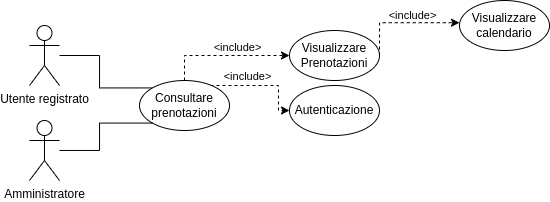
This is D2/media/rf3.png from T45-IS-UNITN/Documentazione, a draw.io export, as it was before one commit. Source tidied: cells renumbered, new cells last; positions are measured from the earlier drawing's top-left corner, leaving out a move shared by most shapes. The source it was exported from:
```xml
<mxGraphModel>
  <root>
    <mxCell id="0" />
    <mxCell id="1" value="rf3" parent="0" />
    <mxCell id="2" style="edgeStyle=orthogonalEdgeStyle;rounded=0;jumpStyle=none;jettySize=auto;html=1;entryX=0;entryY=0;entryDx=0;entryDy=0;fontSize=11;startArrow=none;startFill=0;endArrow=none;endFill=0;" parent="1" edge="1" source="3" target="6">
      <mxGeometry relative="1" as="geometry" />
    </mxCell>
    <mxCell id="3" value="Utente registrato" style="shape=umlActor;verticalLabelPosition=bottom;verticalAlign=top;html=1;outlineConnect=0;" parent="1" vertex="1">
      <mxGeometry y="25" width="30" height="60" as="geometry" />
    </mxCell>
    <mxCell id="4" style="edgeStyle=orthogonalEdgeStyle;rounded=0;jumpStyle=none;jettySize=auto;html=1;dashed=1;endArrow=classic;endFill=1;" parent="1" edge="1" source="6" target="7">
      <mxGeometry relative="1" as="geometry">
        <Array as="points">
          <mxPoint x="155" y="55" />
        </Array>
      </mxGeometry>
    </mxCell>
    <mxCell id="5" value="&amp;lt;include&amp;gt;" style="edgeLabel;html=1;align=center;verticalAlign=middle;" parent="4" vertex="1">
      <mxGeometry x="0.38" y="-1" relative="1" as="geometry">
        <mxPoint x="-12" y="-9" as="offset" />
      </mxGeometry>
    </mxCell>
    <mxCell id="6" value="Consultare prenotazioni" style="ellipse;whiteSpace=wrap;html=1;" parent="1" vertex="1">
      <mxGeometry x="110" y="80" width="90" height="50" as="geometry" />
    </mxCell>
    <mxCell id="7" value="Visualizzare Prenotazioni" style="ellipse;whiteSpace=wrap;html=1;" parent="1" vertex="1">
      <mxGeometry x="260" y="30" width="90" height="50" as="geometry" />
    </mxCell>
    <mxCell id="8" value="Autenticazione" style="ellipse;whiteSpace=wrap;html=1;" parent="1" vertex="1">
      <mxGeometry x="260" y="85" width="90" height="50" as="geometry" />
    </mxCell>
    <mxCell id="9" style="edgeStyle=orthogonalEdgeStyle;rounded=0;jumpStyle=none;jettySize=auto;html=1;dashed=1;endArrow=classic;endFill=1;entryX=0;entryY=0.5;entryDx=0;entryDy=0;" parent="1" edge="1" target="8">
      <mxGeometry relative="1" as="geometry">
        <mxPoint x="181" y="85" as="sourcePoint" />
        <Array as="points">
          <mxPoint x="249" y="85" />
          <mxPoint x="249" y="110" />
        </Array>
      </mxGeometry>
    </mxCell>
    <mxCell id="10" value="&amp;lt;include&amp;gt;" style="edgeLabel;html=1;align=center;verticalAlign=middle;" parent="9" vertex="1">
      <mxGeometry x="0.38" y="-1" relative="1" as="geometry">
        <mxPoint x="-30" y="-13" as="offset" />
      </mxGeometry>
    </mxCell>
    <mxCell id="11" value="Visualizzare calendario" style="ellipse;whiteSpace=wrap;html=1;" parent="1" vertex="1">
      <mxGeometry x="430" width="90" height="50" as="geometry" />
    </mxCell>
    <mxCell id="12" style="edgeStyle=orthogonalEdgeStyle;rounded=0;jumpStyle=none;jettySize=auto;html=1;dashed=1;endArrow=classic;endFill=1;exitX=1;exitY=0.5;exitDx=0;exitDy=0;entryX=0;entryY=0.444;entryDx=0;entryDy=0;entryPerimeter=0;" parent="1" edge="1" source="7" target="11">
      <mxGeometry relative="1" as="geometry">
        <Array as="points">
          <mxPoint x="350" y="22" />
        </Array>
      </mxGeometry>
    </mxCell>
    <mxCell id="13" value="&amp;lt;include&amp;gt;" style="edgeLabel;html=1;align=center;verticalAlign=middle;" parent="12" vertex="1">
      <mxGeometry x="0.38" y="-1" relative="1" as="geometry">
        <mxPoint x="-12" y="-9" as="offset" />
      </mxGeometry>
    </mxCell>
    <mxCell id="14" style="edgeStyle=orthogonalEdgeStyle;rounded=0;jumpStyle=none;jettySize=auto;html=1;entryX=0;entryY=1;entryDx=0;entryDy=0;fontSize=11;startArrow=none;startFill=0;endArrow=none;endFill=0;" parent="1" edge="1" source="15" target="6">
      <mxGeometry relative="1" as="geometry" />
    </mxCell>
    <mxCell id="15" value="Amministratore" style="shape=umlActor;verticalLabelPosition=bottom;verticalAlign=top;html=1;outlineConnect=0;" parent="1" vertex="1">
      <mxGeometry y="120" width="30" height="60" as="geometry" />
    </mxCell>
  </root>
</mxGraphModel>
```
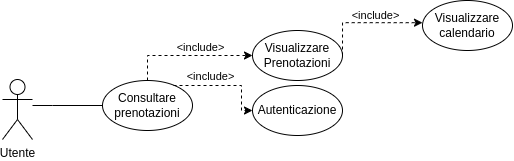
The same diagram one commit later.

Change to the diagram source:
```diff
@@ -2,11 +2,8 @@
   <root>
     <mxCell id="0" />
     <mxCell id="1" value="rf3" parent="0" />
-    <mxCell id="2" style="edgeStyle=orthogonalEdgeStyle;rounded=0;jumpStyle=none;jettySize=auto;html=1;entryX=0;entryY=0;entryDx=0;entryDy=0;fontSize=11;startArrow=none;startFill=0;endArrow=none;endFill=0;" parent="1" edge="1" source="3" target="6">
-      <mxGeometry relative="1" as="geometry" />
-    </mxCell>
-    <mxCell id="3" value="Utente registrato" style="shape=umlActor;verticalLabelPosition=bottom;verticalAlign=top;html=1;outlineConnect=0;" parent="1" vertex="1">
-      <mxGeometry y="25" width="30" height="60" as="geometry" />
+    <mxCell id="3" value="Utente" style="shape=umlActor;verticalLabelPosition=bottom;verticalAlign=top;html=1;outlineConnect=0;" parent="1" vertex="1">
+      <mxGeometry x="10" y="79" width="30" height="60" as="geometry" />
     </mxCell>
     <mxCell id="4" style="edgeStyle=orthogonalEdgeStyle;rounded=0;jumpStyle=none;jettySize=auto;html=1;dashed=1;endArrow=classic;endFill=1;" parent="1" edge="1" source="6" target="7">
       <mxGeometry relative="1" as="geometry">
@@ -58,11 +55,15 @@
         <mxPoint x="-12" y="-9" as="offset" />
       </mxGeometry>
     </mxCell>
-    <mxCell id="14" style="edgeStyle=orthogonalEdgeStyle;rounded=0;jumpStyle=none;jettySize=auto;html=1;entryX=0;entryY=1;entryDx=0;entryDy=0;fontSize=11;startArrow=none;startFill=0;endArrow=none;endFill=0;" parent="1" edge="1" source="15" target="6">
-      <mxGeometry relative="1" as="geometry" />
-    </mxCell>
-    <mxCell id="15" value="Amministratore" style="shape=umlActor;verticalLabelPosition=bottom;verticalAlign=top;html=1;outlineConnect=0;" parent="1" vertex="1">
-      <mxGeometry y="120" width="30" height="60" as="geometry" />
-    </mxCell>
+    <mxCell id="16" style="edgeStyle=orthogonalEdgeStyle;rounded=0;orthogonalLoop=1;jettySize=auto;html=1;endArrow=none;endFill=0;" parent="1" edge="1">
+      <mxGeometry relative="1" as="geometry">
+        <mxPoint x="40" y="105" as="sourcePoint" />
+        <mxPoint x="110" y="105" as="targetPoint" />
+        <Array as="points">
+          <mxPoint x="60" y="105" />
+          <mxPoint x="60" y="105" />
+        </Array>
+      </mxGeometry>
+    </mxCell>
   </root>
 </mxGraphModel>
```
